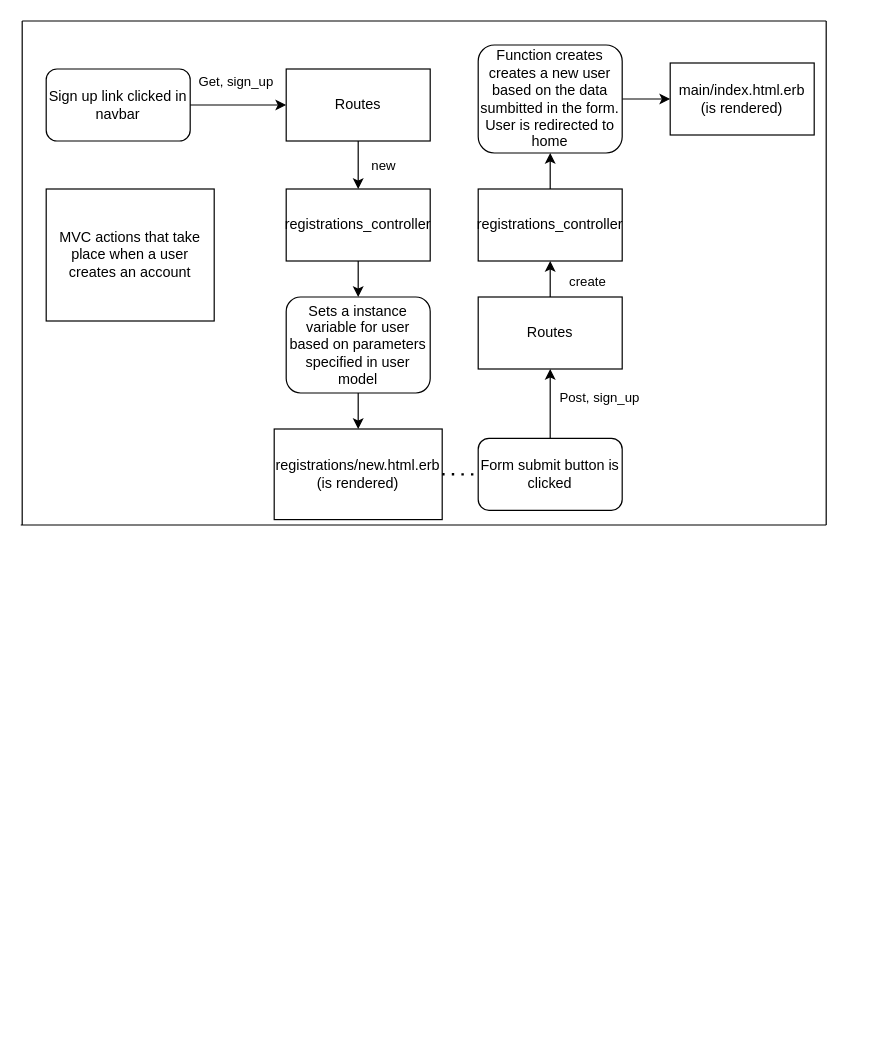
connorsdylan18/DrawioDiagrams keeps this draw.io diagram as MVC-diagram.drawio. Above is the earlier version. Source tidied: cells renumbered, new cells numbered last; positions are measured from the earlier drawing's top-left corner, leaving out a move shared by most shapes. Both pictures are drawn from the tidied source at 120%, with x=0, y=0 at pixel (20, 20).
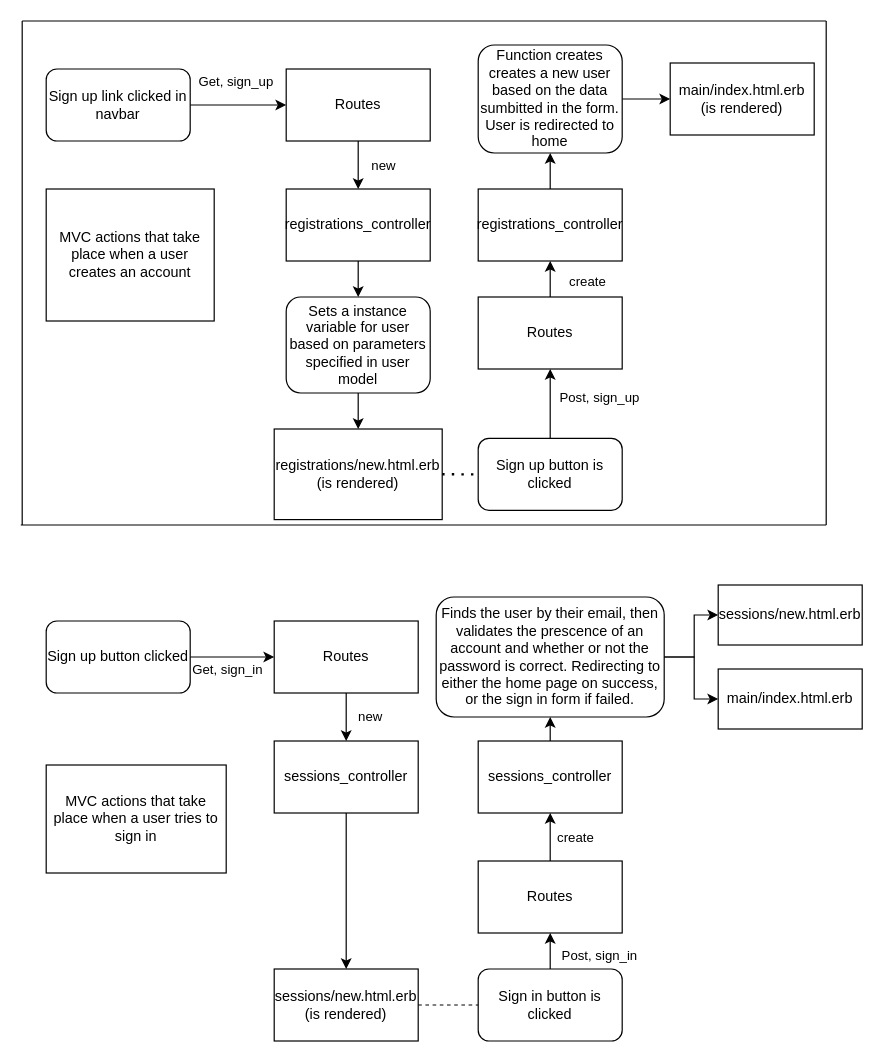
Above is the later version.

The edit, as a diff of the source:
```diff
@@
-    <mxCell id="15" value="Form submit button is clicked" style="rounded=1;whiteSpace=wrap;html=1;" parent="1" vertex="1">
+    <mxCell id="15" value="Sign up button is clicked" style="rounded=1;whiteSpace=wrap;html=1;" parent="1" vertex="1">
       <mxGeometry x="381" y="347.8" width="120" height="60" as="geometry" />
     </mxCell>
@@
+    <mxCell id="30" style="edgeStyle=orthogonalEdgeStyle;rounded=0;jettySize=auto;html=1;exitX=1;exitY=0.5;exitDx=0;exitDy=0;entryX=0;entryY=0.5;entryDx=0;entryDy=0;" parent="1" edge="1" source="32" target="34">
+      <mxGeometry relative="1" as="geometry" />
+    </mxCell>
+    <mxCell id="31" value="Get, sign_in" style="edgeLabel;html=1;align=center;verticalAlign=middle;" parent="30" vertex="1">
+      <mxGeometry x="0.72" y="-2" relative="1" as="geometry">
+        <mxPoint x="-30" y="8" as="offset" />
+      </mxGeometry>
+    </mxCell>
+    <mxCell id="32" value="&lt;div&gt;Sign up button clicked&lt;/div&gt;" style="rounded=1;whiteSpace=wrap;html=1;shadow=0;strokeColor=#000000;" parent="1" vertex="1">
+      <mxGeometry x="21" y="500" width="120" height="60" as="geometry" />
+    </mxCell>
+    <mxCell id="33" value="new" style="edgeStyle=orthogonalEdgeStyle;rounded=0;jettySize=auto;html=1;exitX=0.5;exitY=1;exitDx=0;exitDy=0;entryX=0.5;entryY=0;entryDx=0;entryDy=0;" parent="1" edge="1" source="34" target="36">
+      <mxGeometry y="20" relative="1" as="geometry" />
+    </mxCell>
+    <mxCell id="34" value="Routes" style="rounded=0;whiteSpace=wrap;html=1;shadow=0;strokeColor=#000000;" parent="1" vertex="1">
+      <mxGeometry x="211" y="500" width="120" height="60" as="geometry" />
+    </mxCell>
+    <mxCell id="35" style="edgeStyle=orthogonalEdgeStyle;rounded=0;jettySize=auto;html=1;exitX=0.5;exitY=1;exitDx=0;exitDy=0;entryX=0.5;entryY=0;entryDx=0;entryDy=0;" parent="1" edge="1" source="36" target="37">
+      <mxGeometry relative="1" as="geometry" />
+    </mxCell>
+    <mxCell id="36" value="sessions_controller" style="rounded=0;whiteSpace=wrap;html=1;shadow=0;strokeColor=#000000;" parent="1" vertex="1">
+      <mxGeometry x="211" y="600" width="120" height="60" as="geometry" />
+    </mxCell>
+    <mxCell id="37" value="&lt;div&gt;sessions/new.html.erb&lt;/div&gt;&lt;div&gt;(is rendered)&lt;br&gt;&lt;/div&gt;" style="rounded=0;whiteSpace=wrap;html=1;shadow=0;strokeColor=#000000;" parent="1" vertex="1">
+      <mxGeometry x="211" y="790" width="120" height="60" as="geometry" />
+    </mxCell>
+    <mxCell id="38" style="edgeStyle=orthogonalEdgeStyle;rounded=0;jettySize=auto;html=1;exitX=0.5;exitY=0;exitDx=0;exitDy=0;entryX=0.5;entryY=1;entryDx=0;entryDy=0;" parent="1" edge="1" source="40" target="44">
+      <mxGeometry relative="1" as="geometry" />
+    </mxCell>
+    <mxCell id="39" value="Post, sign_in" style="edgeLabel;html=1;align=center;verticalAlign=middle;" parent="38" vertex="1">
+      <mxGeometry x="-0.18" y="-2" relative="1" as="geometry">
+        <mxPoint x="38" as="offset" />
+      </mxGeometry>
+    </mxCell>
+    <mxCell id="40" value="Sign in button is clicked" style="rounded=1;whiteSpace=wrap;html=1;shadow=0;strokeColor=#000000;" parent="1" vertex="1">
+      <mxGeometry x="381" y="790" width="120" height="60" as="geometry" />
+    </mxCell>
+    <mxCell id="41" style="endArrow=none;dashed=1;html=1;rounded=0;exitX=1;exitY=0.5;exitDx=0;exitDy=0;entryX=0;entryY=0.5;entryDx=0;entryDy=0;" parent="1" edge="1" source="37" target="40">
+      <mxGeometry relative="1" as="geometry" />
+    </mxCell>
+    <mxCell id="42" style="edgeStyle=orthogonalEdgeStyle;rounded=0;jettySize=auto;html=1;exitX=0.5;exitY=0;exitDx=0;exitDy=0;entryX=0.5;entryY=1;entryDx=0;entryDy=0;" parent="1" edge="1" source="44" target="46">
+      <mxGeometry relative="1" as="geometry" />
+    </mxCell>
+    <mxCell id="43" value="create" style="edgeLabel;html=1;align=center;verticalAlign=middle;" parent="42" vertex="1">
+      <mxGeometry x="-0.16" y="-5" relative="1" as="geometry">
+        <mxPoint x="15" y="-3" as="offset" />
+      </mxGeometry>
+    </mxCell>
+    <mxCell id="44" value="Routes" style="rounded=0;whiteSpace=wrap;html=1;shadow=0;strokeColor=#000000;" parent="1" vertex="1">
+      <mxGeometry x="381" y="700" width="120" height="60" as="geometry" />
+    </mxCell>
+    <mxCell id="45" style="edgeStyle=orthogonalEdgeStyle;rounded=0;jettySize=auto;html=1;exitX=0.5;exitY=0;exitDx=0;exitDy=0;entryX=0.5;entryY=1;entryDx=0;entryDy=0;" parent="1" edge="1" source="46" target="47">
+      <mxGeometry relative="1" as="geometry" />
+    </mxCell>
+    <mxCell id="46" value="sessions_controller" style="rounded=0;whiteSpace=wrap;html=1;shadow=0;strokeColor=#000000;" parent="1" vertex="1">
+      <mxGeometry x="381" y="600" width="120" height="60" as="geometry" />
+    </mxCell>
+    <mxCell id="47" value="Finds the user by their email, then validates the prescence of an account and whether or not the password is correct. Redirecting to either the home page on success, or the sign in form if failed." style="rounded=1;whiteSpace=wrap;html=1;shadow=0;strokeColor=#000000;" parent="1" vertex="1">
+      <mxGeometry x="346" y="480" width="190" height="100" as="geometry" />
+    </mxCell>
+    <mxCell id="48" style="endArrow=classic;html=1;rounded=0;exitX=1;exitY=0.5;exitDx=0;exitDy=0;entryX=0;entryY=0.5;entryDx=0;entryDy=0;" parent="1" edge="1" source="47" target="50">
+      <mxGeometry relative="1" as="geometry">
+        <Array as="points">
+          <mxPoint x="561" y="530" />
+          <mxPoint x="561" y="495" />
+        </Array>
+      </mxGeometry>
+    </mxCell>
+    <mxCell id="49" style="endArrow=classic;html=1;rounded=0;exitX=1;exitY=0.5;exitDx=0;exitDy=0;entryX=0;entryY=0.5;entryDx=0;entryDy=0;" parent="1" edge="1" source="47" target="51">
+      <mxGeometry relative="1" as="geometry">
+        <Array as="points">
+          <mxPoint x="561" y="530" />
+          <mxPoint x="561" y="565" />
+        </Array>
+      </mxGeometry>
+    </mxCell>
+    <mxCell id="50" value="sessions/new.html.erb" style="rounded=0;whiteSpace=wrap;html=1;shadow=0;strokeColor=#000000;" parent="1" vertex="1">
+      <mxGeometry x="581" y="470" width="120" height="50" as="geometry" />
+    </mxCell>
+    <mxCell id="51" value="&lt;div&gt;main/index.html.erb&lt;/div&gt;" style="rounded=0;whiteSpace=wrap;html=1;shadow=0;strokeColor=#000000;" parent="1" vertex="1">
+      <mxGeometry x="581" y="540" width="120" height="50" as="geometry" />
+    </mxCell>
+    <mxCell id="52" value="MVC actions that take place when a user tries to sign in" style="text;html=1;strokeColor=#000000;fillColor=none;align=center;verticalAlign=middle;whiteSpace=wrap;rounded=0;" parent="1" vertex="1">
+      <mxGeometry x="21" y="620" width="150" height="90" as="geometry" />
+    </mxCell>
```
